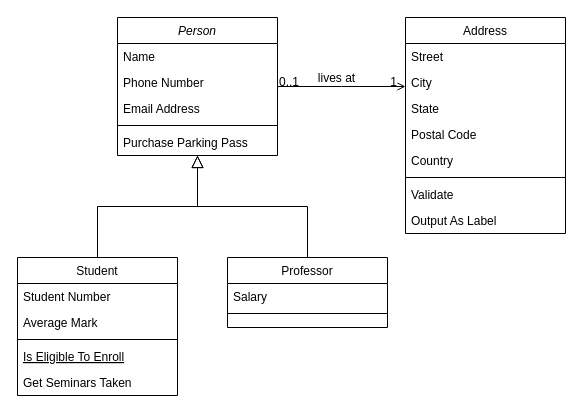
Earlier version of the draw.io diagram docs/Diagrama sem nome.drawio (Group-Nebula/Luden). Source tidied: cells renumbered, new cells numbered last; positions are measured from the earlier drawing's top-left corner, leaving out a move shared by most shapes. Both pictures are drawn from the tidied source at 100%, with x=0, y=0 at pixel (17, 17).
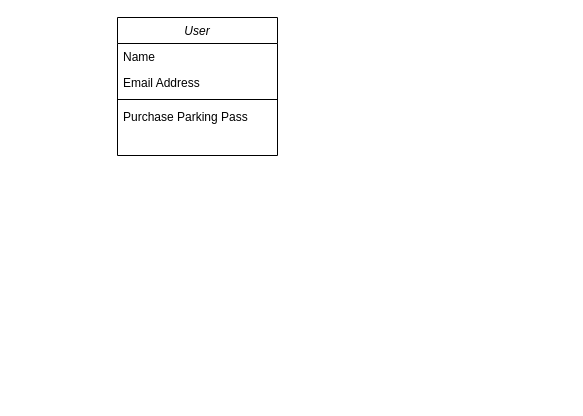
After the change.

Commit message:
Actualizar Diagrama

What changed in the source:
```diff
@@
-    <mxCell id="2" value="Person" style="swimlane;fontStyle=2;align=center;verticalAlign=top;horizontal=1;startSize=26;rounded=0;shadow=0;strokeWidth=1;" parent="1" vertex="1">
+    <mxCell id="2" value="User" style="swimlane;fontStyle=2;align=center;verticalAlign=top;horizontal=1;startSize=26;rounded=0;shadow=0;strokeWidth=1;" parent="1" vertex="1">
       <mxGeometry x="100" width="160" height="138" as="geometry" />
     </mxCell>
@@
-    <mxCell id="4" value="Phone Number" style="text;align=left;verticalAlign=top;spacingLeft=4;spacingRight=4;overflow=hidden;rounded=0;shadow=0;html=0;" parent="2" vertex="1">
-      <mxGeometry y="52" width="160" height="26" as="geometry" />
-    </mxCell>
     <mxCell id="5" value="Email Address" style="text;align=left;verticalAlign=top;spacingLeft=4;spacingRight=4;overflow=hidden;rounded=0;shadow=0;html=0;" parent="2" vertex="1">
-      <mxGeometry y="78" width="160" height="26" as="geometry" />
+      <mxGeometry y="52" width="160" height="26" as="geometry" />
     </mxCell>
     <mxCell id="6" style="line;html=1;strokeWidth=1;align=left;verticalAlign=middle;spacingTop=-1;spacingLeft=3;spacingRight=3;labelPosition=right;" parent="2" vertex="1">
-      <mxGeometry y="104" width="160" height="8" as="geometry" />
+      <mxGeometry y="78" width="160" height="8" as="geometry" />
     </mxCell>
     <mxCell id="7" value="Purchase Parking Pass" style="text;align=left;verticalAlign=top;spacingLeft=4;spacingRight=4;overflow=hidden;" parent="2" vertex="1">
-      <mxGeometry y="112" width="160" height="26" as="geometry" />
+      <mxGeometry y="86" width="160" height="26" as="geometry" />
     </mxCell>
-    <mxCell id="8" value="Student" style="swimlane;fontStyle=0;align=center;verticalAlign=top;horizontal=1;startSize=26;rounded=0;shadow=0;strokeWidth=1;" parent="1" vertex="1">
-      <mxGeometry y="240" width="160" height="138" as="geometry" />
-    </mxCell>
-    <mxCell id="9" value="Student Number" style="text;align=left;verticalAlign=top;spacingLeft=4;spacingRight=4;overflow=hidden;" parent="8" vertex="1">
-      <mxGeometry y="26" width="160" height="26" as="geometry" />
-    </mxCell>
-    <mxCell id="10" value="Average Mark" style="text;align=left;verticalAlign=top;spacingLeft=4;spacingRight=4;overflow=hidden;rounded=0;shadow=0;html=0;" parent="8" vertex="1">
-      <mxGeometry y="52" width="160" height="26" as="geometry" />
-    </mxCell>
-    <mxCell id="11" style="line;html=1;strokeWidth=1;align=left;verticalAlign=middle;spacingTop=-1;spacingLeft=3;spacingRight=3;labelPosition=right;" parent="8" vertex="1">
-      <mxGeometry y="78" width="160" height="8" as="geometry" />
-    </mxCell>
-    <mxCell id="12" value="Is Eligible To Enroll" style="text;align=left;verticalAlign=top;spacingLeft=4;spacingRight=4;overflow=hidden;fontStyle=4;" parent="8" vertex="1">
-      <mxGeometry y="86" width="160" height="26" as="geometry" />
-    </mxCell>
-    <mxCell id="13" value="Get Seminars Taken" style="text;align=left;verticalAlign=top;spacingLeft=4;spacingRight=4;overflow=hidden;" parent="8" vertex="1">
-      <mxGeometry y="112" width="160" height="26" as="geometry" />
-    </mxCell>
-    <mxCell id="14" style="endArrow=block;endSize=10;endFill=0;shadow=0;strokeWidth=1;rounded=0;edgeStyle=elbowEdgeStyle;elbow=vertical;" parent="1" edge="1" source="8" target="2">
-      <mxGeometry relative="1" as="geometry" />
-    </mxCell>
-    <mxCell id="15" value="Professor" style="swimlane;fontStyle=0;align=center;verticalAlign=top;horizontal=1;startSize=26;rounded=0;shadow=0;strokeWidth=1;" parent="1" vertex="1">
-      <mxGeometry x="210" y="240" width="160" height="70" as="geometry" />
-    </mxCell>
-    <mxCell id="16" value="Salary" style="text;align=left;verticalAlign=top;spacingLeft=4;spacingRight=4;overflow=hidden;" parent="15" vertex="1">
-      <mxGeometry y="26" width="160" height="26" as="geometry" />
-    </mxCell>
-    <mxCell id="17" style="line;html=1;strokeWidth=1;align=left;verticalAlign=middle;spacingTop=-1;spacingLeft=3;spacingRight=3;labelPosition=right;" parent="15" vertex="1">
-      <mxGeometry y="52" width="160" height="8" as="geometry" />
-    </mxCell>
-    <mxCell id="18" style="endArrow=block;endSize=10;endFill=0;shadow=0;strokeWidth=1;rounded=0;edgeStyle=elbowEdgeStyle;elbow=vertical;" parent="1" edge="1" source="15" target="2">
-      <mxGeometry relative="1" as="geometry" />
-    </mxCell>
-    <mxCell id="19" value="Address" style="swimlane;fontStyle=0;align=center;verticalAlign=top;horizontal=1;startSize=26;rounded=0;shadow=0;strokeWidth=1;" parent="1" vertex="1">
-      <mxGeometry x="388" width="160" height="216" as="geometry" />
-    </mxCell>
-    <mxCell id="20" value="Street" style="text;align=left;verticalAlign=top;spacingLeft=4;spacingRight=4;overflow=hidden;" parent="19" vertex="1">
-      <mxGeometry y="26" width="160" height="26" as="geometry" />
-    </mxCell>
-    <mxCell id="21" value="City" style="text;align=left;verticalAlign=top;spacingLeft=4;spacingRight=4;overflow=hidden;rounded=0;shadow=0;html=0;" parent="19" vertex="1">
-      <mxGeometry y="52" width="160" height="26" as="geometry" />
-    </mxCell>
-    <mxCell id="22" value="State" style="text;align=left;verticalAlign=top;spacingLeft=4;spacingRight=4;overflow=hidden;rounded=0;shadow=0;html=0;" parent="19" vertex="1">
-      <mxGeometry y="78" width="160" height="26" as="geometry" />
-    </mxCell>
-    <mxCell id="23" value="Postal Code" style="text;align=left;verticalAlign=top;spacingLeft=4;spacingRight=4;overflow=hidden;rounded=0;shadow=0;html=0;" parent="19" vertex="1">
-      <mxGeometry y="104" width="160" height="26" as="geometry" />
-    </mxCell>
-    <mxCell id="24" value="Country" style="text;align=left;verticalAlign=top;spacingLeft=4;spacingRight=4;overflow=hidden;rounded=0;shadow=0;html=0;" parent="19" vertex="1">
-      <mxGeometry y="130" width="160" height="26" as="geometry" />
-    </mxCell>
-    <mxCell id="25" style="line;html=1;strokeWidth=1;align=left;verticalAlign=middle;spacingTop=-1;spacingLeft=3;spacingRight=3;labelPosition=right;" parent="19" vertex="1">
-      <mxGeometry y="156" width="160" height="8" as="geometry" />
-    </mxCell>
-    <mxCell id="26" value="Validate" style="text;align=left;verticalAlign=top;spacingLeft=4;spacingRight=4;overflow=hidden;" parent="19" vertex="1">
-      <mxGeometry y="164" width="160" height="26" as="geometry" />
-    </mxCell>
-    <mxCell id="27" value="Output As Label" style="text;align=left;verticalAlign=top;spacingLeft=4;spacingRight=4;overflow=hidden;" parent="19" vertex="1">
-      <mxGeometry y="190" width="160" height="26" as="geometry" />
-    </mxCell>
-    <mxCell id="28" style="endArrow=open;shadow=0;strokeWidth=1;rounded=0;endFill=1;edgeStyle=elbowEdgeStyle;elbow=vertical;" parent="1" edge="1" source="2" target="19">
-      <mxGeometry x="0.5" y="41" relative="1" as="geometry">
-        <mxPoint x="-40" y="32" as="offset" />
-      </mxGeometry>
-    </mxCell>
-    <mxCell id="29" value="0..1" style="align=left;verticalAlign=bottom;labelBackgroundColor=none;fontSize=12;" parent="28" vertex="1">
-      <mxGeometry x="-1" relative="1" as="geometry">
-        <mxPoint y="4" as="offset" />
-      </mxGeometry>
-    </mxCell>
-    <mxCell id="30" value="1" style="align=right;verticalAlign=bottom;labelBackgroundColor=none;fontSize=12;" parent="28" vertex="1">
-      <mxGeometry x="1" relative="1" as="geometry">
-        <mxPoint x="-7" y="4" as="offset" />
-      </mxGeometry>
-    </mxCell>
-    <mxCell id="31" value="lives at" style="text;html=1;align=center;verticalAlign=middle;labelBackgroundColor=none;rounded=0;shadow=0;strokeWidth=1;fontSize=12;" parent="28" vertex="1">
-      <mxGeometry x="0.5" y="49" relative="1" as="geometry">
-        <mxPoint x="-38" y="40" as="offset" />
-      </mxGeometry>
-    </mxCell>
```
